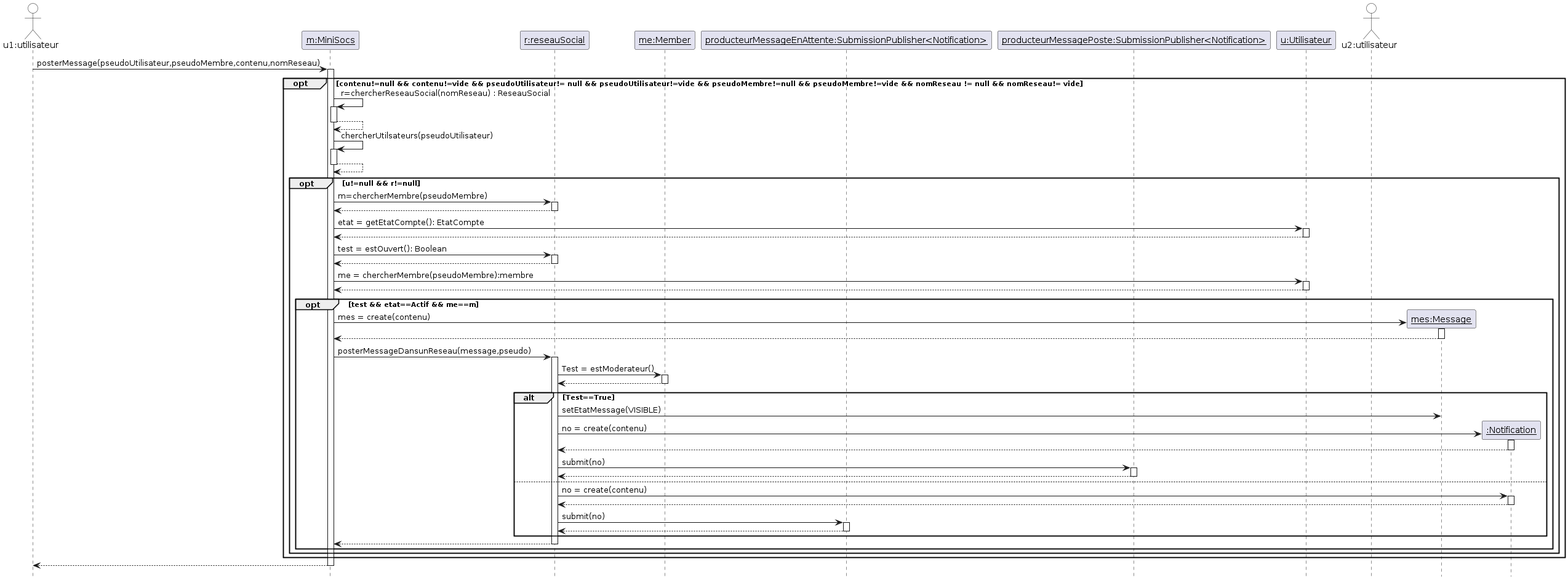
The PlantUML diagram Diagrammes/minisocs_uml_diag_seq_poster_message.png in yesminete/MiniSocs, before a commit.
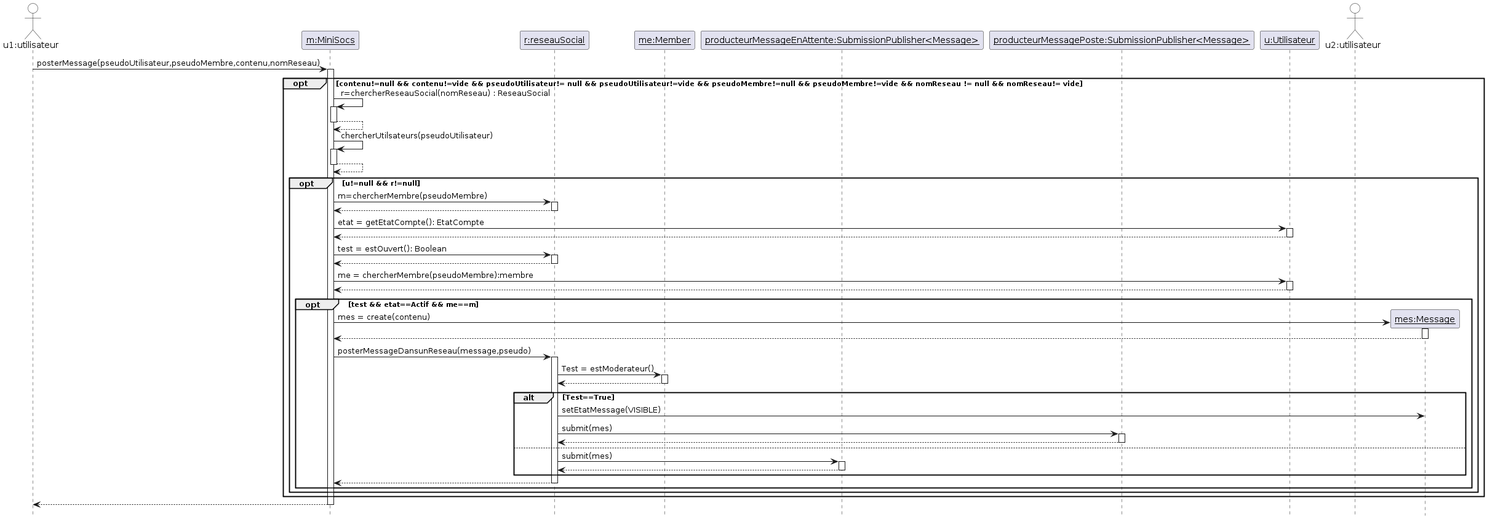
The same diagram one commit later.

Diff of the diagram source:
```diff
@@ -10,8 +10,8 @@
 participant "__r:reseauSocial__" as r
 participant "__me:Member__" as m
 participant "__u:Utilisateur__" as u
-participant "__producteurMessageEnAttente:SubmissionPublisher<Notification>__" as po
-participant "__producteurMessagePoste:SubmissionPublisher<Notification>__" as pp
+participant "__producteurMessageEnAttente:SubmissionPublisher<Message>__" as po
+participant "__producteurMessagePoste:SubmissionPublisher<Message>__" as pp
 participant "__u:Utilisateur__" as u
 
 actor "u2:utilisateur" as u2
@@ -41,16 +41,10 @@
 return
 alt Test==True
 r-> mes : setEtatMessage(VISIBLE)
-create "__:Notification__" as no
-r-> no ++: no = create(contenu)
-return
-r -> pp ++: submit(no)
+r -> pp ++: submit(mes)
 return
 else
-create "__:Notification__" as no
-r-> no ++: no = create(contenu)
-return
-r -> po ++: submit(no)
+r -> po ++: submit(mes)
 return
 end
 return
```
